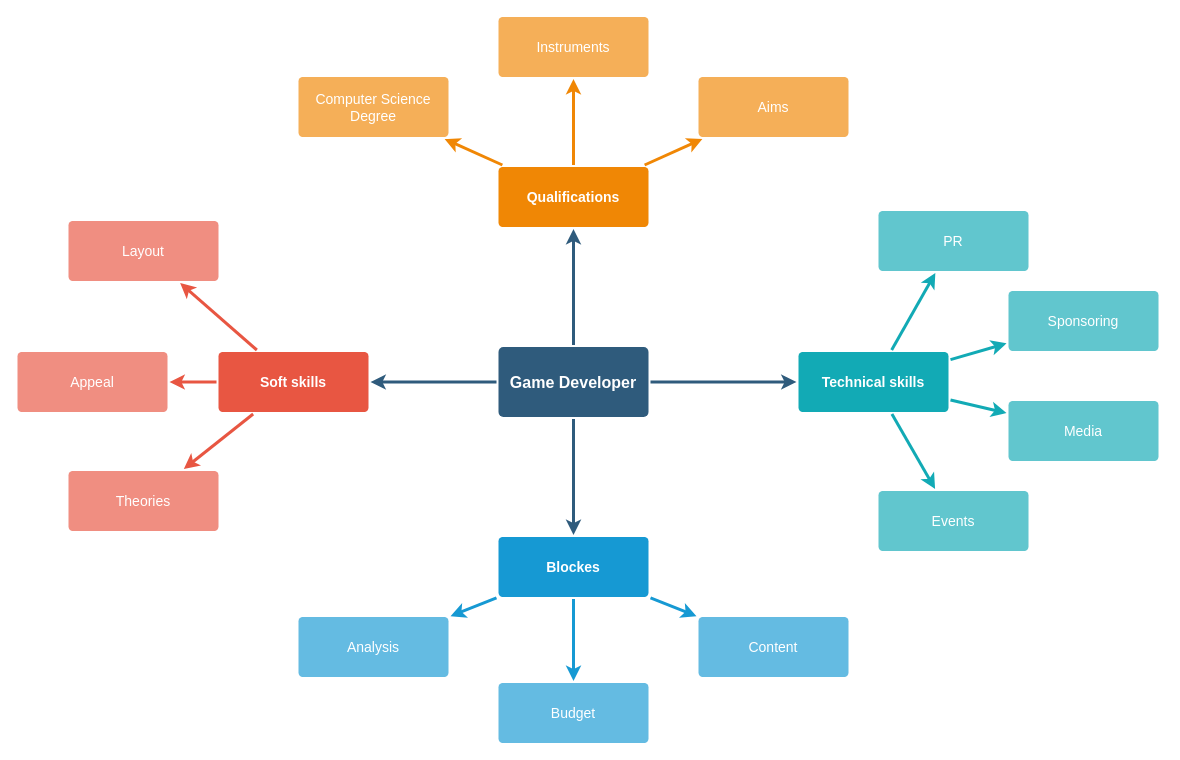
The draw.io diagram Week 8.drawio in luotn/CN6007, before the edit. Source tidied: cells renumbered, new cells numbered last; positions are measured from the earlier drawing's top-left corner, leaving out a move shared by most shapes. Both pictures are drawn from the tidied source at 100%, with x=0, y=0 at pixel (17, 16).
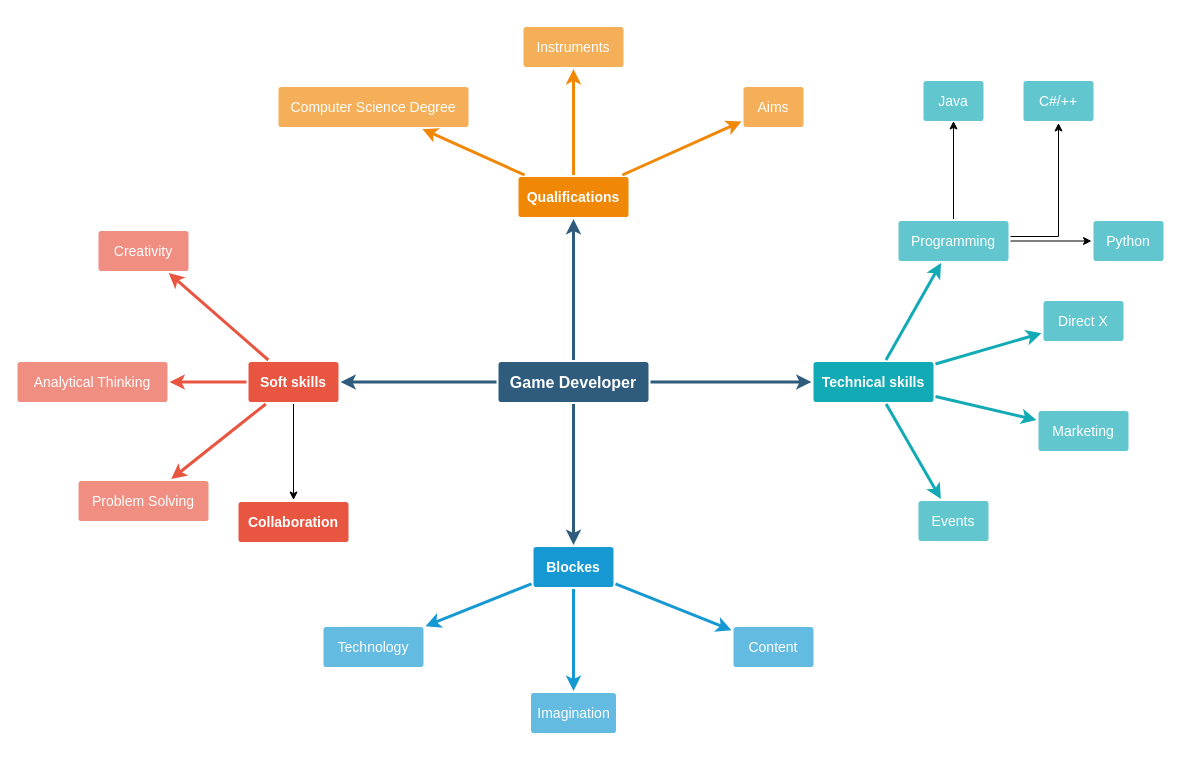
The same page after the edit.

Change to the diagram source:
```diff
@@
     <mxCell id="6" value="Game Developer" style="rounded=1;whiteSpace=wrap;html=1;shadow=0;labelBackgroundColor=none;strokeColor=none;strokeWidth=3;fillColor=#2F5B7C;fontFamily=Helvetica;fontSize=16;fontColor=#FFFFFF;align=center;fontStyle=1;spacing=5;arcSize=7;perimeterSpacing=2;" parent="1" vertex="1">
-      <mxGeometry x="481" y="330.5" width="150" height="70" as="geometry" />
+      <mxGeometry x="481" y="345.5" width="150" height="40" as="geometry" />
     </mxCell>
@@
+    <mxCell id="37" style="edgeStyle=orthogonalEdgeStyle;rounded=0;jettySize=auto;html=1;" parent="1" edge="1" source="10" target="44">
+      <mxGeometry relative="1" as="geometry" />
+    </mxCell>
     <mxCell id="10" value="Soft skills" style="rounded=1;whiteSpace=wrap;html=1;shadow=0;labelBackgroundColor=none;strokeColor=none;strokeWidth=3;fillColor=#e85642;fontFamily=Helvetica;fontSize=14;fontColor=#FFFFFF;align=center;spacing=5;fontStyle=1;arcSize=7;perimeterSpacing=2;" parent="1" vertex="1">
-      <mxGeometry x="201" y="335.5" width="150" height="60" as="geometry" />
+      <mxGeometry x="231" y="345.5" width="90" height="40" as="geometry" />
     </mxCell>
-    <mxCell id="11" value="Theories" style="rounded=1;whiteSpace=wrap;html=1;shadow=0;labelBackgroundColor=none;strokeColor=none;strokeWidth=3;fillColor=#f08e81;fontFamily=Helvetica;fontSize=14;fontColor=#FFFFFF;align=center;spacing=5;fontStyle=0;arcSize=7;perimeterSpacing=2;" parent="1" vertex="1">
-      <mxGeometry x="51" y="454.5" width="150" height="60" as="geometry" />
+    <mxCell id="11" value="Problem Solving" style="rounded=1;whiteSpace=wrap;html=1;shadow=0;labelBackgroundColor=none;strokeColor=none;strokeWidth=3;fillColor=#f08e81;fontFamily=Helvetica;fontSize=14;fontColor=#FFFFFF;align=center;spacing=5;fontStyle=0;arcSize=7;perimeterSpacing=2;" parent="1" vertex="1">
+      <mxGeometry x="61" y="464.5" width="130" height="40" as="geometry" />
     </mxCell>
-    <mxCell id="12" value="Appeal" style="rounded=1;whiteSpace=wrap;html=1;shadow=0;labelBackgroundColor=none;strokeColor=none;strokeWidth=3;fillColor=#f08e81;fontFamily=Helvetica;fontSize=14;fontColor=#FFFFFF;align=center;spacing=5;fontStyle=0;arcSize=7;perimeterSpacing=2;" parent="1" vertex="1">
-      <mxGeometry y="335.5" width="150" height="60" as="geometry" />
+    <mxCell id="12" value="Analytical Thinking" style="rounded=1;whiteSpace=wrap;html=1;shadow=0;labelBackgroundColor=none;strokeColor=none;strokeWidth=3;fillColor=#f08e81;fontFamily=Helvetica;fontSize=14;fontColor=#FFFFFF;align=center;spacing=5;fontStyle=0;arcSize=7;perimeterSpacing=2;" parent="1" vertex="1">
+      <mxGeometry y="345.5" width="150" height="40" as="geometry" />
     </mxCell>
-    <mxCell id="13" value="Layout" style="rounded=1;whiteSpace=wrap;html=1;shadow=0;labelBackgroundColor=none;strokeColor=none;strokeWidth=3;fillColor=#f08e81;fontFamily=Helvetica;fontSize=14;fontColor=#FFFFFF;align=center;spacing=5;fontStyle=0;arcSize=7;perimeterSpacing=2;" parent="1" vertex="1">
-      <mxGeometry x="51" y="204.5" width="150" height="60" as="geometry" />
+    <mxCell id="13" value="Creativity" style="rounded=1;whiteSpace=wrap;html=1;shadow=0;labelBackgroundColor=none;strokeColor=none;strokeWidth=3;fillColor=#f08e81;fontFamily=Helvetica;fontSize=14;fontColor=#FFFFFF;align=center;spacing=5;fontStyle=0;arcSize=7;perimeterSpacing=2;" parent="1" vertex="1">
+      <mxGeometry x="81" y="214.5" width="90" height="40" as="geometry" />
     </mxCell>
@@
     <mxCell id="17" value="Blockes" style="rounded=1;whiteSpace=wrap;html=1;shadow=0;labelBackgroundColor=none;strokeColor=none;strokeWidth=3;fillColor=#1699d3;fontFamily=Helvetica;fontSize=14;fontColor=#FFFFFF;align=center;spacing=5;fontStyle=1;arcSize=7;perimeterSpacing=2;" parent="1" vertex="1">
-      <mxGeometry x="481" y="520.5" width="150" height="60" as="geometry" />
+      <mxGeometry x="516" y="530.5" width="80" height="40" as="geometry" />
     </mxCell>
     <mxCell id="18" value="Content" style="rounded=1;whiteSpace=wrap;html=1;shadow=0;labelBackgroundColor=none;strokeColor=none;strokeWidth=3;fillColor=#64bbe2;fontFamily=Helvetica;fontSize=14;fontColor=#FFFFFF;align=center;spacing=5;arcSize=7;perimeterSpacing=2;" parent="1" vertex="1">
-      <mxGeometry x="681" y="600.5" width="150" height="60" as="geometry" />
+      <mxGeometry x="716" y="610.5" width="80" height="40" as="geometry" />
     </mxCell>
-    <mxCell id="19" value="Budget" style="rounded=1;whiteSpace=wrap;html=1;shadow=0;labelBackgroundColor=none;strokeColor=none;strokeWidth=3;fillColor=#64bbe2;fontFamily=Helvetica;fontSize=14;fontColor=#FFFFFF;align=center;spacing=5;arcSize=7;perimeterSpacing=2;" parent="1" vertex="1">
-      <mxGeometry x="481" y="666.5" width="150" height="60" as="geometry" />
+    <mxCell id="19" value="Imagination" style="rounded=1;whiteSpace=wrap;html=1;shadow=0;labelBackgroundColor=none;strokeColor=none;strokeWidth=3;fillColor=#64bbe2;fontFamily=Helvetica;fontSize=14;fontColor=#FFFFFF;align=center;spacing=5;arcSize=7;perimeterSpacing=2;" parent="1" vertex="1">
+      <mxGeometry x="513.5" y="676.5" width="85" height="40" as="geometry" />
     </mxCell>
-    <mxCell id="20" value="Analysis" style="rounded=1;whiteSpace=wrap;html=1;shadow=0;labelBackgroundColor=none;strokeColor=none;strokeWidth=3;fillColor=#64bbe2;fontFamily=Helvetica;fontSize=14;fontColor=#FFFFFF;align=center;spacing=5;arcSize=7;perimeterSpacing=2;" parent="1" vertex="1">
-      <mxGeometry x="281" y="600.5" width="150" height="60" as="geometry" />
+    <mxCell id="20" value="Technology" style="rounded=1;whiteSpace=wrap;html=1;shadow=0;labelBackgroundColor=none;strokeColor=none;strokeWidth=3;fillColor=#64bbe2;fontFamily=Helvetica;fontSize=14;fontColor=#FFFFFF;align=center;spacing=5;arcSize=7;perimeterSpacing=2;" parent="1" vertex="1">
+      <mxGeometry x="306" y="610.5" width="100" height="40" as="geometry" />
     </mxCell>
     <mxCell id="21" value="Qualifications" style="rounded=1;whiteSpace=wrap;html=1;shadow=0;labelBackgroundColor=none;strokeColor=none;strokeWidth=3;fillColor=#F08705;fontFamily=Helvetica;fontSize=14;fontColor=#FFFFFF;align=center;spacing=5;fontStyle=1;arcSize=7;perimeterSpacing=2;" parent="1" vertex="1">
-      <mxGeometry x="481" y="150.5" width="150" height="60" as="geometry" />
+      <mxGeometry x="501" y="160.5" width="110" height="40" as="geometry" />
     </mxCell>
     <mxCell id="22" value="Aims&lt;br&gt;" style="rounded=1;whiteSpace=wrap;html=1;shadow=0;labelBackgroundColor=none;strokeColor=none;strokeWidth=3;fillColor=#f5af58;fontFamily=Helvetica;fontSize=14;fontColor=#FFFFFF;align=center;spacing=5;arcSize=7;perimeterSpacing=2;" parent="1" vertex="1">
-      <mxGeometry x="681" y="60.5" width="150" height="60" as="geometry" />
+      <mxGeometry x="726" y="70.5" width="60" height="40" as="geometry" />
     </mxCell>
@@
     <mxCell id="24" value="Instruments" style="rounded=1;whiteSpace=wrap;html=1;shadow=0;labelBackgroundColor=none;strokeColor=none;strokeWidth=3;fillColor=#f5af58;fontFamily=Helvetica;fontSize=14;fontColor=#FFFFFF;align=center;spacing=5;arcSize=7;perimeterSpacing=2;" parent="1" vertex="1">
-      <mxGeometry x="481" y="0.5" width="150" height="60" as="geometry" />
+      <mxGeometry x="506" y="10.5" width="100" height="40" as="geometry" />
     </mxCell>
@@
     <mxCell id="26" value="Computer Science Degree" style="rounded=1;whiteSpace=wrap;html=1;shadow=0;labelBackgroundColor=none;strokeColor=none;strokeWidth=3;fillColor=#f5af58;fontFamily=Helvetica;fontSize=14;fontColor=#FFFFFF;align=center;spacing=5;arcSize=7;perimeterSpacing=2;" parent="1" vertex="1">
-      <mxGeometry x="281" y="60.5" width="150" height="60" as="geometry" />
+      <mxGeometry x="261" y="70.5" width="190" height="40" as="geometry" />
     </mxCell>
@@
     <mxCell id="28" value="Technical skills" style="rounded=1;whiteSpace=wrap;html=1;shadow=0;labelBackgroundColor=none;strokeColor=none;strokeWidth=3;fillColor=#12aab5;fontFamily=Helvetica;fontSize=14;fontColor=#FFFFFF;align=center;spacing=5;fontStyle=1;arcSize=7;perimeterSpacing=2;" parent="1" vertex="1">
-      <mxGeometry x="781" y="335.5" width="150" height="60" as="geometry" />
+      <mxGeometry x="796" y="345.5" width="120" height="40" as="geometry" />
     </mxCell>
     <mxCell id="29" value="Events" style="rounded=1;whiteSpace=wrap;html=1;shadow=0;labelBackgroundColor=none;strokeColor=none;strokeWidth=3;fillColor=#61c6ce;fontFamily=Helvetica;fontSize=14;fontColor=#FFFFFF;align=center;spacing=5;fontStyle=0;arcSize=7;perimeterSpacing=2;" parent="1" vertex="1">
-      <mxGeometry x="861" y="474.5" width="150" height="60" as="geometry" />
+      <mxGeometry x="901" y="484.5" width="70" height="40" as="geometry" />
     </mxCell>
@@
-    <mxCell id="31" value="Media" style="rounded=1;whiteSpace=wrap;html=1;shadow=0;labelBackgroundColor=none;strokeColor=none;strokeWidth=3;fillColor=#61c6ce;fontFamily=Helvetica;fontSize=14;fontColor=#FFFFFF;align=center;spacing=5;fontStyle=0;arcSize=7;perimeterSpacing=2;" parent="1" vertex="1">
-      <mxGeometry x="991" y="384.5" width="150" height="60" as="geometry" />
+    <mxCell id="31" value="Marketing" style="rounded=1;whiteSpace=wrap;html=1;shadow=0;labelBackgroundColor=none;strokeColor=none;strokeWidth=3;fillColor=#61c6ce;fontFamily=Helvetica;fontSize=14;fontColor=#FFFFFF;align=center;spacing=5;fontStyle=0;arcSize=7;perimeterSpacing=2;" parent="1" vertex="1">
+      <mxGeometry x="1021" y="394.5" width="90" height="40" as="geometry" />
     </mxCell>
@@
-    <mxCell id="33" value="Sponsoring" style="rounded=1;whiteSpace=wrap;html=1;shadow=0;labelBackgroundColor=none;strokeColor=none;strokeWidth=3;fillColor=#61c6ce;fontFamily=Helvetica;fontSize=14;fontColor=#FFFFFF;align=center;spacing=5;fontStyle=0;arcSize=7;perimeterSpacing=2;" parent="1" vertex="1">
-      <mxGeometry x="991" y="274.5" width="150" height="60" as="geometry" />
+    <mxCell id="33" value="Direct X" style="rounded=1;whiteSpace=wrap;html=1;shadow=0;labelBackgroundColor=none;strokeColor=none;strokeWidth=3;fillColor=#61c6ce;fontFamily=Helvetica;fontSize=14;fontColor=#FFFFFF;align=center;spacing=5;fontStyle=0;arcSize=7;perimeterSpacing=2;" parent="1" vertex="1">
+      <mxGeometry x="1026" y="284.5" width="80" height="40" as="geometry" />
     </mxCell>
@@
+    <mxCell id="38" style="edgeStyle=orthogonalEdgeStyle;rounded=0;jettySize=auto;html=1;" parent="1" edge="1" source="35" target="41">
+      <mxGeometry relative="1" as="geometry" />
+    </mxCell>
+    <mxCell id="39" style="edgeStyle=orthogonalEdgeStyle;rounded=0;jettySize=auto;html=1;" parent="1" edge="1" source="35" target="42">
+      <mxGeometry relative="1" as="geometry">
+        <Array as="points">
+          <mxPoint x="1041" y="220" />
+        </Array>
+      </mxGeometry>
+    </mxCell>
+    <mxCell id="40" style="edgeStyle=orthogonalEdgeStyle;rounded=0;jettySize=auto;html=1;" parent="1" edge="1" source="35" target="43">
+      <mxGeometry relative="1" as="geometry" />
+    </mxCell>
-    <mxCell id="35" value="PR" style="rounded=1;whiteSpace=wrap;html=1;shadow=0;labelBackgroundColor=none;strokeColor=none;strokeWidth=3;fillColor=#61c6ce;fontFamily=Helvetica;fontSize=14;fontColor=#FFFFFF;align=center;spacing=5;fontStyle=0;arcSize=7;perimeterSpacing=2;" parent="1" vertex="1">
-      <mxGeometry x="861" y="194.5" width="150" height="60" as="geometry" />
+    <mxCell id="35" value="Programming" style="rounded=1;whiteSpace=wrap;html=1;shadow=0;labelBackgroundColor=none;strokeColor=none;strokeWidth=3;fillColor=#61c6ce;fontFamily=Helvetica;fontSize=14;fontColor=#FFFFFF;align=center;spacing=5;fontStyle=0;arcSize=7;perimeterSpacing=2;" parent="1" vertex="1">
+      <mxGeometry x="881" y="204.5" width="110" height="40" as="geometry" />
     </mxCell>
@@
+    <mxCell id="41" value="Java" style="whiteSpace=wrap;html=1;fontSize=14;fillColor=#61c6ce;strokeColor=none;fontColor=#FFFFFF;rounded=1;shadow=0;labelBackgroundColor=none;strokeWidth=3;spacing=5;fontStyle=0;arcSize=7;" parent="1" vertex="1">
+      <mxGeometry x="906" y="64.5" width="60" height="40" as="geometry" />
+    </mxCell>
+    <mxCell id="42" value="C#/++" style="rounded=1;whiteSpace=wrap;html=1;shadow=0;labelBackgroundColor=none;strokeColor=none;strokeWidth=3;fillColor=#61c6ce;fontFamily=Helvetica;fontSize=14;fontColor=#FFFFFF;align=center;spacing=5;fontStyle=0;arcSize=7;perimeterSpacing=2;" parent="1" vertex="1">
+      <mxGeometry x="1006" y="64.5" width="70" height="40" as="geometry" />
+    </mxCell>
+    <mxCell id="43" value="Python" style="rounded=1;whiteSpace=wrap;html=1;shadow=0;labelBackgroundColor=none;strokeColor=none;strokeWidth=3;fillColor=#61c6ce;fontFamily=Helvetica;fontSize=14;fontColor=#FFFFFF;align=center;spacing=5;fontStyle=0;arcSize=7;perimeterSpacing=2;" parent="1" vertex="1">
+      <mxGeometry x="1076" y="204.5" width="70" height="40" as="geometry" />
+    </mxCell>
+    <mxCell id="44" value="Collaboration" style="rounded=1;whiteSpace=wrap;html=1;shadow=0;labelBackgroundColor=none;strokeColor=none;strokeWidth=3;fillColor=#e85642;fontFamily=Helvetica;fontSize=14;fontColor=#FFFFFF;align=center;spacing=5;fontStyle=1;arcSize=7;perimeterSpacing=2;" parent="1" vertex="1">
+      <mxGeometry x="221" y="485.5" width="110" height="40" as="geometry" />
+    </mxCell>
```
